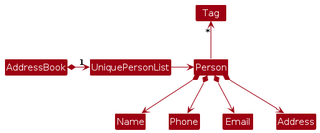
Before: diagrams/BetterModelClassDiagram.png, a diagram exported from PlantUML (AY2425-CS2103T-T09-4/tp). Its source is kept beside it as diagrams/BetterModelClassDiagram.puml.
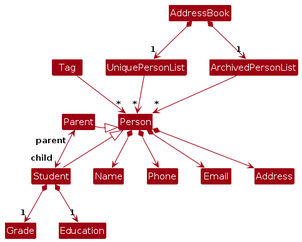
The same file after the commit.

Change to the diagram source:
```diff
@@ -4,14 +4,25 @@
 skinparam arrowColor MODEL_COLOR
 skinparam classBackgroundColor MODEL_COLOR
 
-AddressBook *-right-> "1" UniquePersonList
+AddressBook *--> "1" UniquePersonList
+AddressBook *--> "1" ArchivedPersonList
 
-UniquePersonList -right-> Person
+UniquePersonList --> "*" Person
+ArchivedPersonList --> "*" Person
 
-Person -up-> "*" Tag
+Class Student extends Person
+Class Parent extends Person
+Parent -[hidden]right->Person
 
+Tag -left-> "*" Person
 Person *--> Name
 Person *--> Phone
 Person *--> Email
 Person *--> Address
+
+Parent -[hidden]up-> Tag
+Student "child" <-right-> "parent" Parent
+Student *--> "1" Grade
+Student *--> "1" Education
+
 @enduml
```
